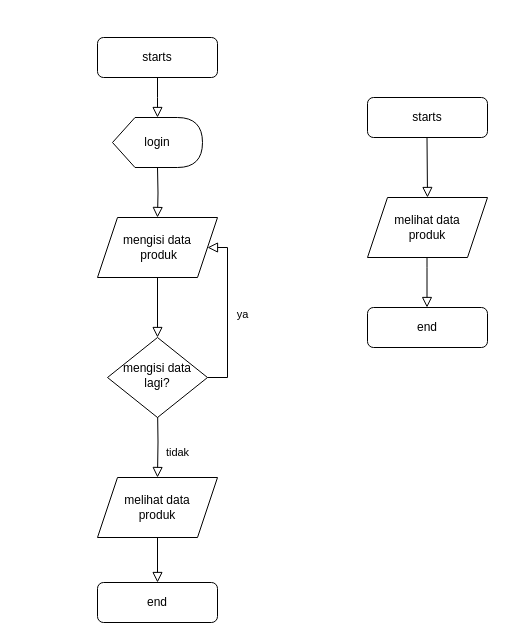
The draw.io diagram flow chart.drawio in R-TSE-Real-Time-Software-Engineers/SPW-Canteen, before the edit. Source tidied: cells renumbered, new cells numbered last; positions are measured from the earlier drawing's top-left corner, leaving out a move shared by most shapes. Both pictures are drawn from the tidied source at 100%, with x=0, y=0 at pixel (97, 37).
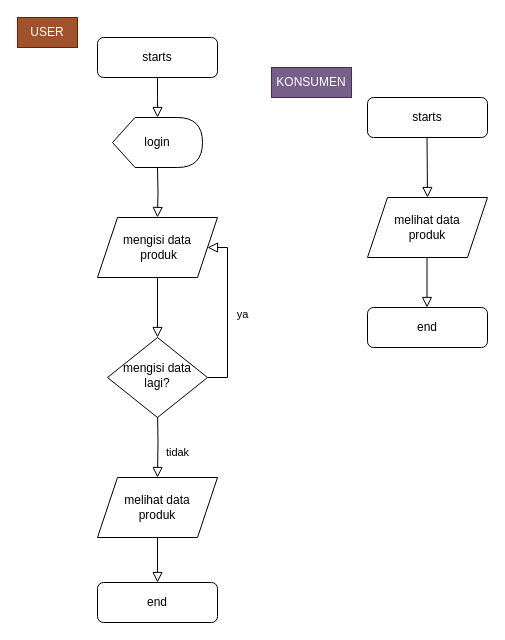
The same diagram, later.

Change to the diagram source:
```diff
@@
+    <mxCell id="20" value="KONSUMEN" style="text;html=1;align=center;verticalAlign=middle;whiteSpace=wrap;rounded=0;fillColor=#76608a;strokeColor=#432D57;fontColor=#ffffff;" parent="1" vertex="1">
+      <mxGeometry x="174" y="30" width="80" height="30" as="geometry" />
+    </mxCell>
+    <mxCell id="21" value="USER" style="text;html=1;align=center;verticalAlign=middle;whiteSpace=wrap;rounded=0;fillColor=#a0522d;fontColor=#ffffff;strokeColor=#6D1F00;" parent="1" vertex="1">
+      <mxGeometry x="-80" y="-20" width="60" height="30" as="geometry" />
+    </mxCell>
```
